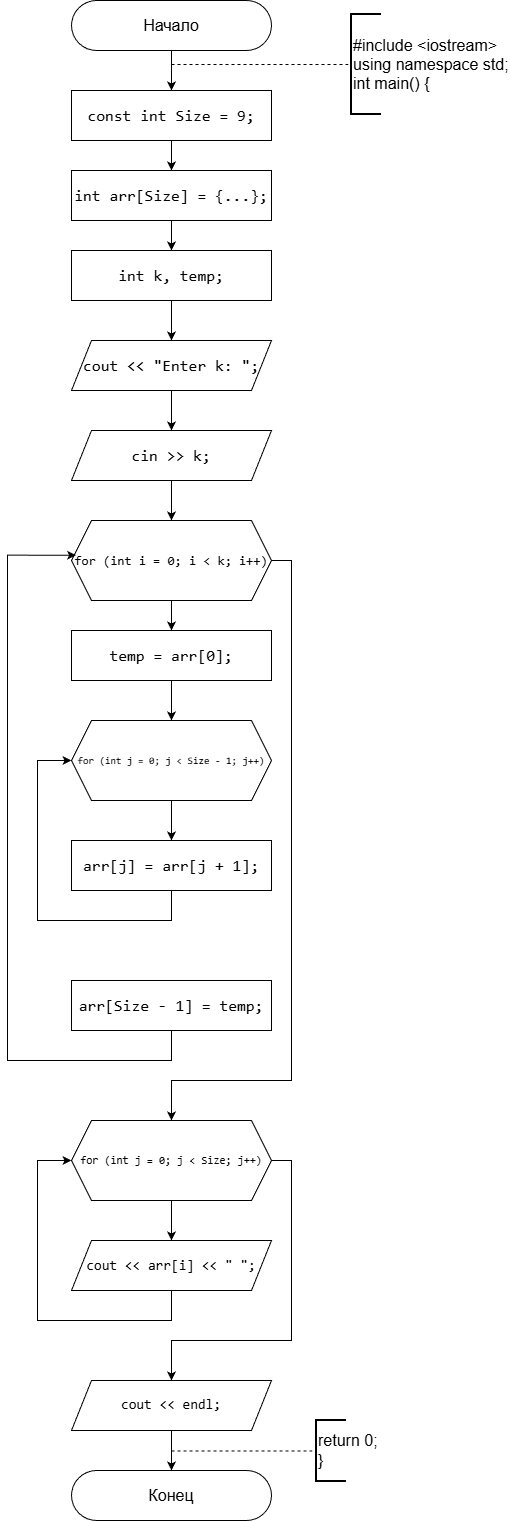
Before: Sem_2/static_arrays/3_6/3_6_task_block_scheme.png, a diagram exported from draw.io (egovcevivan/Labs_PSTU). Source tidied: cells renumbered, new cells last; positions are measured from the earlier drawing's top-left corner, leaving out a move shared by most shapes.
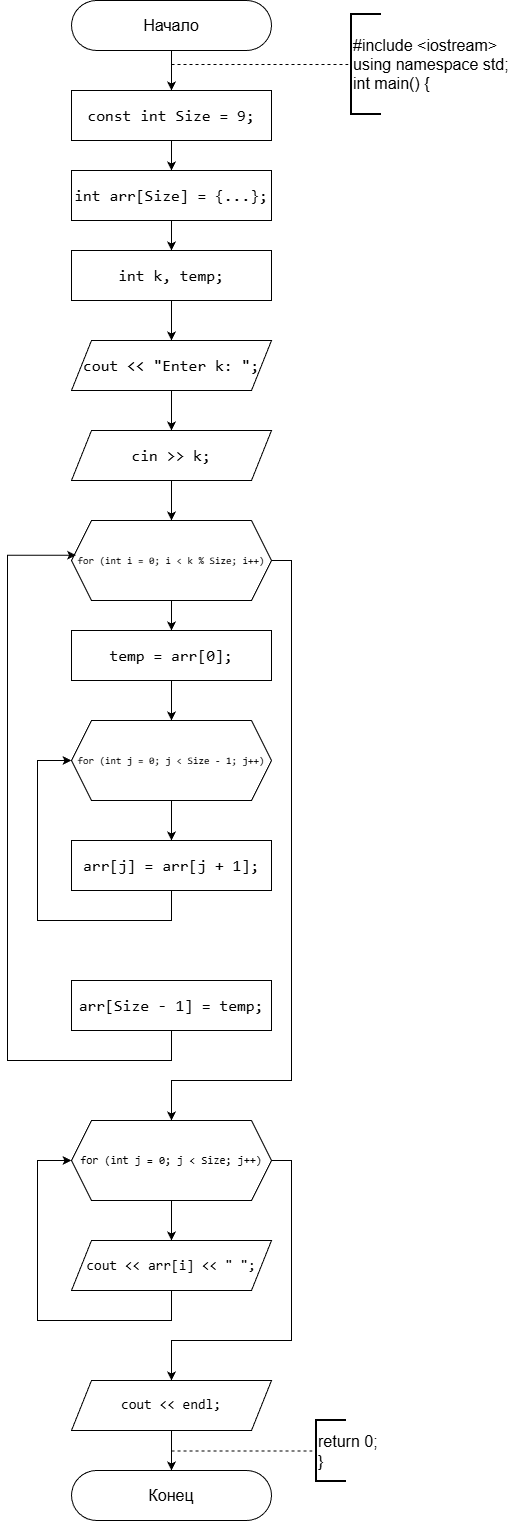
Later version of the same file.

Change to the diagram source:
```diff
@@ -50,7 +50,7 @@
         </Array>
       </mxGeometry>
     </mxCell>
-    <mxCell id="14" value="&lt;div style=&quot;font-family: Consolas, &amp;quot;Courier New&amp;quot;, monospace; line-height: 22px; white-space: pre;&quot;&gt;&lt;div style=&quot;line-height: 22px;&quot;&gt;&lt;div style=&quot;line-height: 22px;&quot;&gt;&lt;div style=&quot;line-height: 22px;&quot;&gt;&lt;span&gt;for&lt;/span&gt; (&lt;span&gt;int&lt;/span&gt; &lt;span&gt;i&lt;/span&gt; &lt;span&gt;=&lt;/span&gt; &lt;span&gt;0&lt;/span&gt;; &lt;span&gt;i&lt;/span&gt; &lt;span&gt;&amp;lt;&lt;/span&gt; &lt;span&gt;k&lt;/span&gt;; &lt;span&gt;i&lt;/span&gt;&lt;span&gt;++&lt;/span&gt;)&lt;/div&gt;&lt;/div&gt;&lt;/div&gt;&lt;/div&gt;" style="shape=hexagon;perimeter=hexagonPerimeter2;whiteSpace=wrap;html=1;fixedSize=1;labelBackgroundColor=none;fontColor=default;fontSize=13;" parent="1" vertex="1">
+    <mxCell id="14" value="&lt;div style=&quot;font-family: Consolas, &amp;quot;Courier New&amp;quot;, monospace; line-height: 22px; white-space: pre;&quot;&gt;&lt;div style=&quot;line-height: 22px;&quot;&gt;&lt;div style=&quot;line-height: 22px;&quot;&gt;&lt;div style=&quot;line-height: 22px;&quot;&gt;&lt;span&gt;for&lt;/span&gt; (&lt;span&gt;int&lt;/span&gt; &lt;span&gt;i&lt;/span&gt; &lt;span&gt;=&lt;/span&gt; &lt;span&gt;0&lt;/span&gt;; &lt;span&gt;i&lt;/span&gt; &lt;span&gt;&amp;lt;&lt;/span&gt; &lt;span&gt;k % Size&lt;/span&gt;; &lt;span&gt;i&lt;/span&gt;&lt;span&gt;++&lt;/span&gt;)&lt;/div&gt;&lt;/div&gt;&lt;/div&gt;&lt;/div&gt;" style="shape=hexagon;perimeter=hexagonPerimeter2;whiteSpace=wrap;html=1;fixedSize=1;labelBackgroundColor=none;fontColor=default;fontSize=10;" parent="1" vertex="1">
       <mxGeometry x="64" y="520" width="200" height="80" as="geometry" />
     </mxCell>
     <mxCell id="15" style="edgeStyle=orthogonalEdgeStyle;rounded=0;jettySize=auto;html=1;" parent="1" edge="1" source="16" target="17">
```
